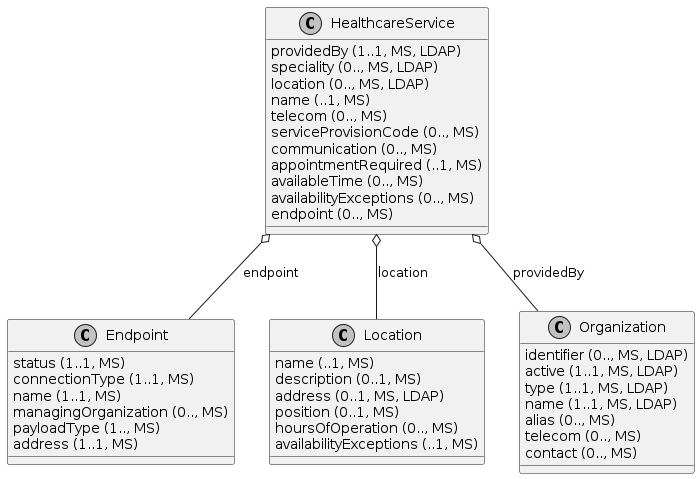
gematik/api-vzd keeps this PlantUML diagram as images/diagrams/ClassDiagram.HealthcareService.png. Above is the earlier version. The source it was exported from:
```plantuml
@startuml ClassDiagram.HealthcareService
skinparam monochrome true
class HealthcareService {
  {field} providedBy (1..1, MS, LDAP)
  {field} speciality (0.., MS, LDAP)
  {field} location (0.., MS, LDAP)
  {field} name (..1, MS)
  {field} telecom (0.., MS)
  {field} serviceProvisionCode (0.., MS)
  {field} communication (0.., MS)
  {field} appointmentRequired (..1, MS)
  {field} availableTime (0.., MS)
  {field} availabilityExceptions (0.., MS)
  {field} endpoint (0.., MS)
}
class Endpoint {
  {field} status (1..1, MS)
  {field} connectionType (1..1, MS)
  {field} name (1..1, MS)
  {field} managingOrganization (0.., MS)
  {field} payloadType (1.., MS)
  {field} address (1..1, MS)
}
class Location {
  {field} name (..1, MS)
  {field} description (0..1, MS)
  {field} address (0..1, MS, LDAP)
  {field} position (0..1, MS)
  {field} hoursOfOperation (0.., MS)
  {field} availabilityExceptions (..1, MS)
}
class Organization {
  {field} identifier (0.., MS, LDAP)
  {field} active (1..1, MS, LDAP)
  {field} type (1..1, MS, LDAP)
  {field} name (1..1, MS, LDAP)
  {field} alias (0.., MS)
  {field} telecom (0.., MS)
  {field} contact (0.., MS)
}

HealthcareService o-- Organization: providedBy
HealthcareService o-- Endpoint: endpoint
HealthcareService o-- Location: location

@enduml
```
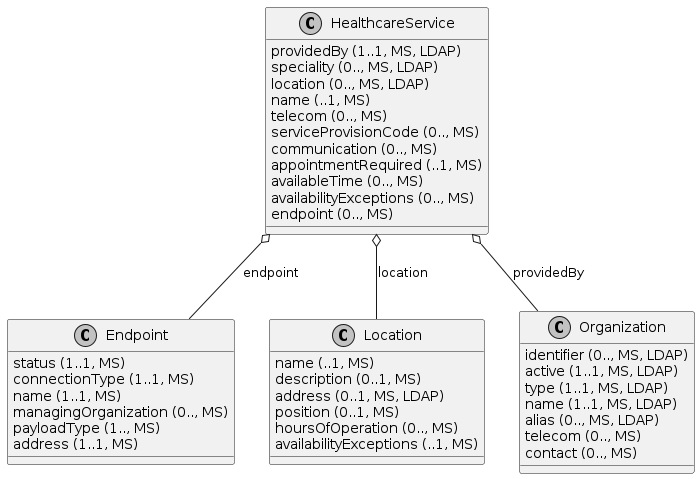
The same diagram one commit later.

Commit message:
Commit from GitHub Actions (GeneratePlantumlImages)

Diff of the diagram source:
```diff
@@ -34,7 +34,7 @@
   {field} active (1..1, MS, LDAP)
   {field} type (1..1, MS, LDAP)
   {field} name (1..1, MS, LDAP)
-  {field} alias (0.., MS)
+  {field} alias (0.., MS, LDAP)
   {field} telecom (0.., MS)
   {field} contact (0.., MS)
 }
```
